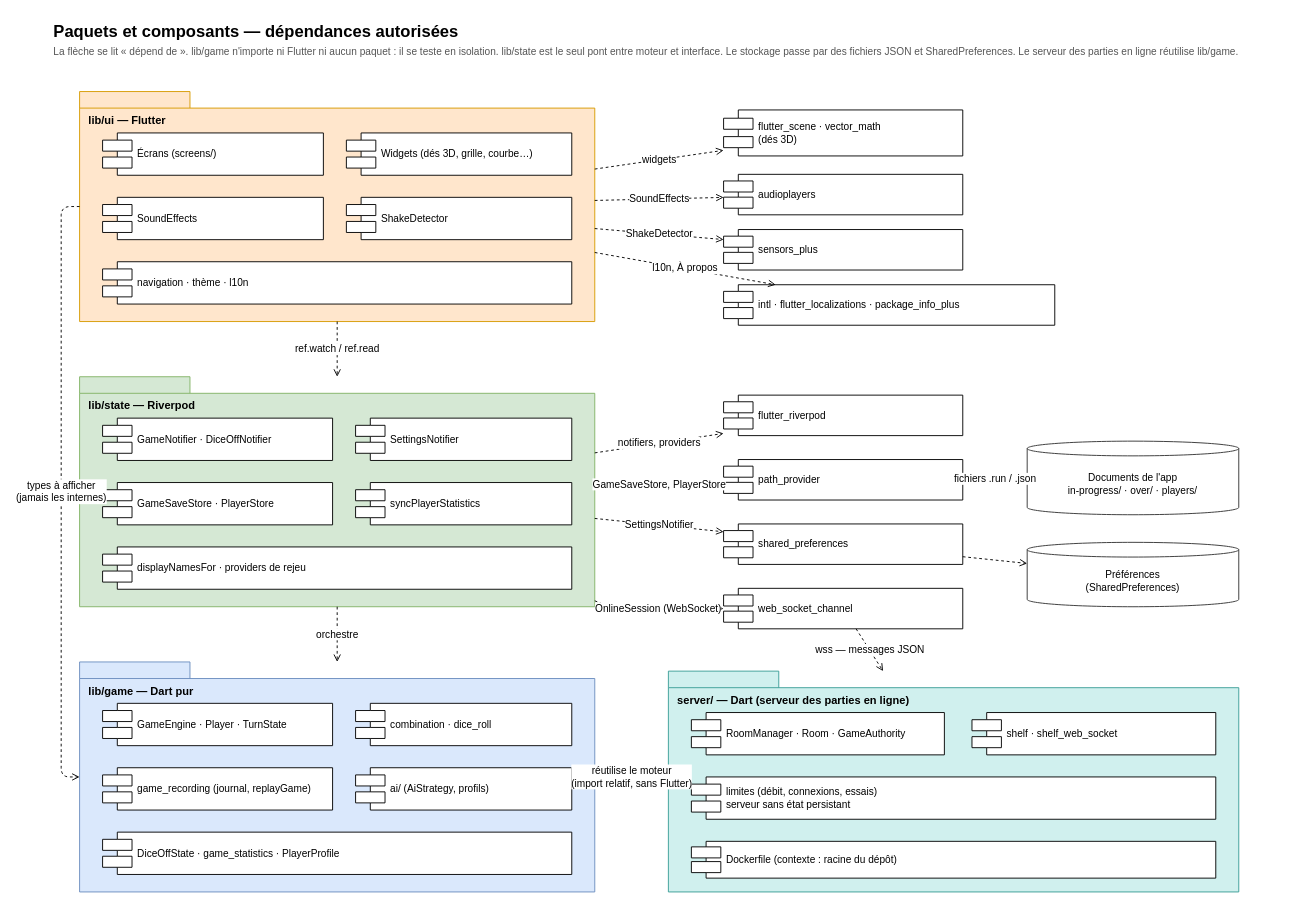
Before: docs/uml/components.drawio in microscotch/tenk, a draw.io diagram. Source tidied: cells renumbered, new cells numbered last; positions are measured from the earlier drawing's top-left corner, leaving out a move shared by most shapes. Both pictures are drawn from the tidied source at 92%, with x=0, y=0 at pixel (52, 16).
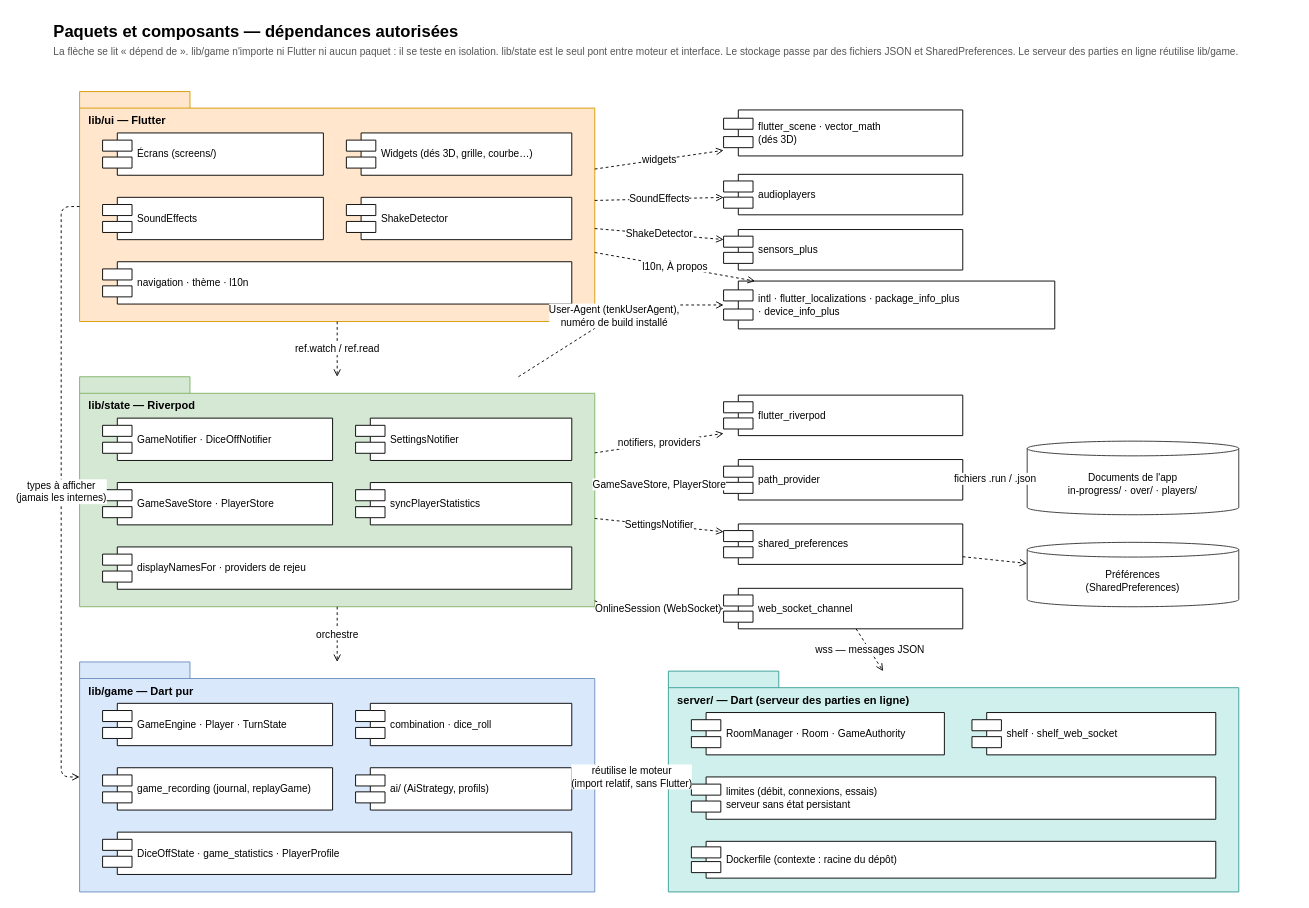
The same diagram, later.

Commit message (it also covers changes not shown here):
feat: send the app's platform and OS version in the server User-Agent

Unchanged cells that the change refers to:
```xml
<mxCell id="10" value="lib/state — Riverpod" style="shape=folder;tabWidth=120;tabHeight=18;tabPosition=left;whiteSpace=wrap;html=1;fontSize=12;fontStyle=1;verticalAlign=top;align=left;spacingLeft=8;spacingTop=18;fillColor=#d5e8d4;strokeColor=#82b366;" parent="1" vertex="1">
  <mxGeometry x="30" y="392" width="560" height="250" as="geometry" />
</mxCell>
```

Change to the diagram source:
```diff
@@
-    <mxCell id="25" value="intl · flutter_localizations · package_info_plus" style="shape=component;align=left;spacingLeft=36;whiteSpace=wrap;html=1;fontSize=11;" parent="1" vertex="1">
-      <mxGeometry x="730" y="292" width="360" height="44" as="geometry" />
+    <mxCell id="25" value="intl · flutter_localizations · package_info_plus&lt;br/&gt;· device_info_plus" style="shape=component;align=left;spacingLeft=36;whiteSpace=wrap;html=1;fontSize=11;" parent="1" vertex="1">
+      <mxGeometry x="730" y="288" width="360" height="52" as="geometry" />
     </mxCell>
@@
+    <mxCell id="52" value="User-Agent (tenkUserAgent),&lt;br/&gt;numéro de build installé" style="endArrow=open;endFill=0;dashed=1;html=1;fontSize=11;labelBackgroundColor=#ffffff;rounded=1;" parent="1" edge="1" source="10" target="25">
+      <mxGeometry relative="1" as="geometry">
+        <Array as="points">
+          <mxPoint x="630" y="314" />
+        </Array>
+      </mxGeometry>
+    </mxCell>
```
